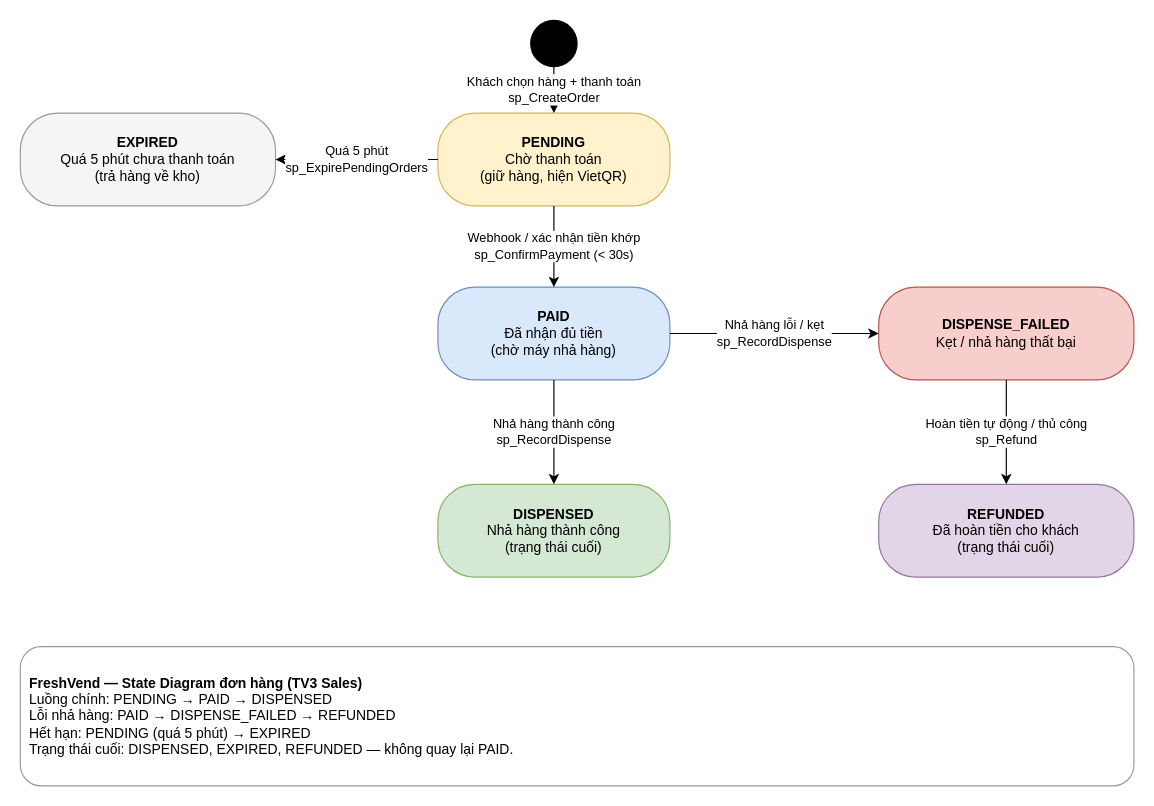
The draw.io diagram docs/State.drawio in PhuongHuyN/REPO_NH-M, before the edit. Source tidied: cells renumbered, new cells numbered last; positions are measured from the earlier drawing's top-left corner, leaving out a move shared by most shapes. Both pictures are drawn from the tidied source at 116%, with x=0, y=0 at pixel (20, 20).
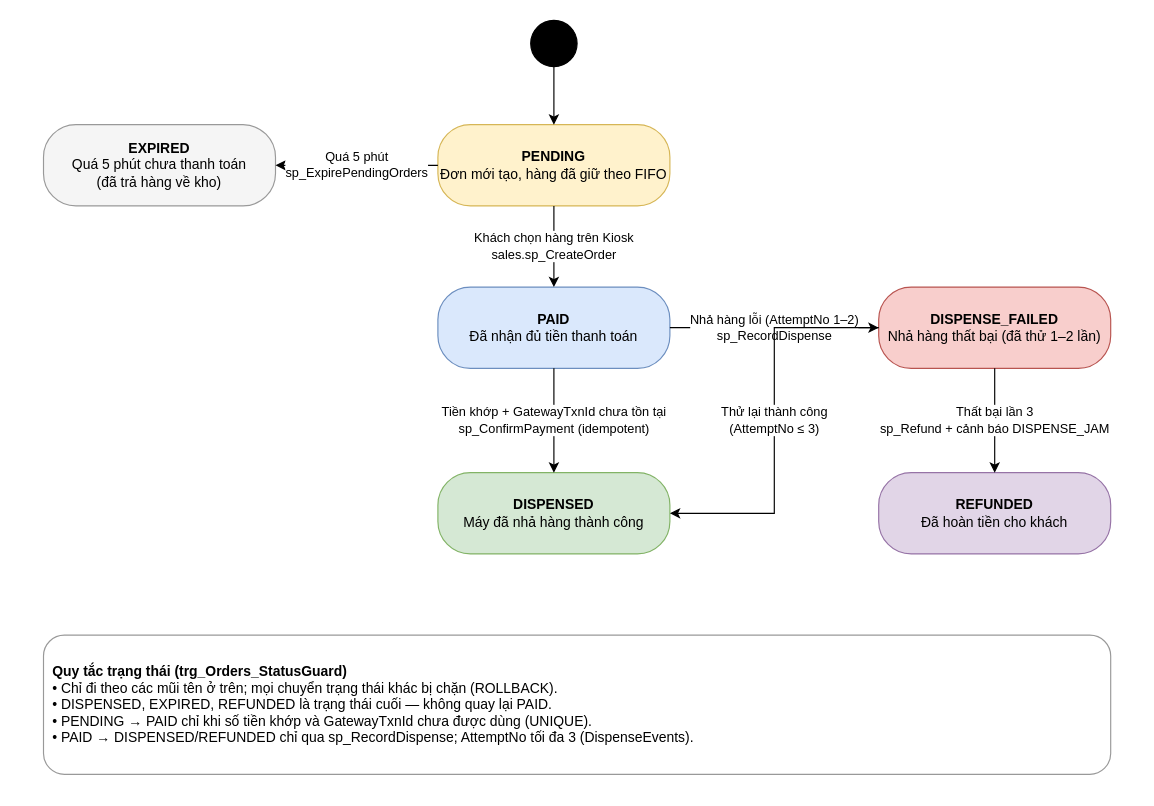
The same diagram, later.

Commit message:
upd state diagram va user story

Diff of the diagram source:
```diff
@@
 <mxGraphModel>
   <root>
     <mxCell id="0" />
     <mxCell id="1" parent="0" />
     <mxCell id="2" style="ellipse;whiteSpace=wrap;html=1;fillColor=#000000;strokeColor=#000000;" parent="1" vertex="1">
       <mxGeometry x="440" width="40" height="40" as="geometry" />
     </mxCell>
-    <mxCell id="3" value="&lt;b&gt;PENDING&lt;/b&gt;&lt;br&gt;Chờ thanh toán&lt;br&gt;(giữ hàng, hiện VietQR)" style="rounded=1;arcSize=40;whiteSpace=wrap;html=1;fillColor=#FFF2CC;strokeColor=#D6B656;" parent="1" vertex="1">
-      <mxGeometry x="360" y="80" width="200" height="80" as="geometry" />
+    <mxCell id="3" value="&lt;b&gt;PENDING&lt;/b&gt;&lt;br&gt;Đơn mới tạo, hàng đã giữ theo FIFO" style="rounded=1;arcSize=40;whiteSpace=wrap;html=1;fillColor=#FFF2CC;strokeColor=#D6B656;" parent="1" vertex="1">
+      <mxGeometry x="360" y="90" width="200" height="70" as="geometry" />
     </mxCell>
-    <mxCell id="4" value="&lt;b&gt;PAID&lt;/b&gt;&lt;br&gt;Đã nhận đủ tiền&lt;br&gt;(chờ máy nhả hàng)" style="rounded=1;arcSize=40;whiteSpace=wrap;html=1;fillColor=#DAE8FC;strokeColor=#6C8EBF;" parent="1" vertex="1">
-      <mxGeometry x="360" y="230" width="200" height="80" as="geometry" />
+    <mxCell id="4" value="&lt;b&gt;PAID&lt;/b&gt;&lt;br&gt;Đã nhận đủ tiền thanh toán" style="rounded=1;arcSize=40;whiteSpace=wrap;html=1;fillColor=#DAE8FC;strokeColor=#6C8EBF;" parent="1" vertex="1">
+      <mxGeometry x="360" y="230" width="200" height="70" as="geometry" />
     </mxCell>
-    <mxCell id="5" value="&lt;b&gt;DISPENSED&lt;/b&gt;&lt;br&gt;Nhả hàng thành công&lt;br&gt;(trạng thái cuối)" style="rounded=1;arcSize=40;whiteSpace=wrap;html=1;fillColor=#D5E8D4;strokeColor=#82B366;" parent="1" vertex="1">
-      <mxGeometry x="360" y="400" width="200" height="80" as="geometry" />
+    <mxCell id="5" value="&lt;b&gt;DISPENSED&lt;/b&gt;&lt;br&gt;Máy đã nhả hàng thành công" style="rounded=1;arcSize=40;whiteSpace=wrap;html=1;fillColor=#D5E8D4;strokeColor=#82B366;fontStyle=0;" parent="1" vertex="1">
+      <mxGeometry x="360" y="390" width="200" height="70" as="geometry" />
     </mxCell>
-    <mxCell id="6" value="&lt;b&gt;EXPIRED&lt;/b&gt;&lt;br&gt;Quá 5 phút chưa thanh toán&lt;br&gt;(trả hàng về kho)" style="rounded=1;arcSize=40;whiteSpace=wrap;html=1;fillColor=#F5F5F5;strokeColor=#999999;" parent="1" vertex="1">
-      <mxGeometry y="80" width="220" height="80" as="geometry" />
+    <mxCell id="6" value="&lt;b&gt;EXPIRED&lt;/b&gt;&lt;br&gt;Quá 5 phút chưa thanh toán&lt;br&gt;(đã trả hàng về kho)" style="rounded=1;arcSize=40;whiteSpace=wrap;html=1;fillColor=#F5F5F5;strokeColor=#999999;" parent="1" vertex="1">
+      <mxGeometry x="20" y="90" width="200" height="70" as="geometry" />
     </mxCell>
-    <mxCell id="7" value="&lt;b&gt;DISPENSE_FAILED&lt;/b&gt;&lt;br&gt;Kẹt / nhả hàng thất bại" style="rounded=1;arcSize=40;whiteSpace=wrap;html=1;fillColor=#F8CECC;strokeColor=#B85450;" parent="1" vertex="1">
-      <mxGeometry x="740" y="230" width="220" height="80" as="geometry" />
+    <mxCell id="7" value="&lt;b&gt;DISPENSE_FAILED&lt;/b&gt;&lt;br&gt;Nhả hàng thất bại (đã thử 1–2 lần)" style="rounded=1;arcSize=40;whiteSpace=wrap;html=1;fillColor=#F8CECC;strokeColor=#B85450;" parent="1" vertex="1">
+      <mxGeometry x="740" y="230" width="200" height="70" as="geometry" />
     </mxCell>
-    <mxCell id="8" value="&lt;b&gt;REFUNDED&lt;/b&gt;&lt;br&gt;Đã hoàn tiền cho khách&lt;br&gt;(trạng thái cuối)" style="rounded=1;arcSize=40;whiteSpace=wrap;html=1;fillColor=#E1D5E7;strokeColor=#9673A6;" parent="1" vertex="1">
-      <mxGeometry x="740" y="400" width="220" height="80" as="geometry" />
+    <mxCell id="8" value="&lt;b&gt;REFUNDED&lt;/b&gt;&lt;br&gt;Đã hoàn tiền cho khách" style="rounded=1;arcSize=40;whiteSpace=wrap;html=1;fillColor=#E1D5E7;strokeColor=#9673A6;" parent="1" vertex="1">
+      <mxGeometry x="740" y="390" width="200" height="70" as="geometry" />
     </mxCell>
-    <mxCell id="9" value="Khách chọn hàng + thanh toán&lt;br&gt;sp_CreateOrder" style="edgeStyle=orthogonalEdgeStyle;rounded=0;html=1;exitX=0.5;exitY=1;entryX=0.5;entryY=0;labelBackgroundColor=#FFFFFF;" parent="1" edge="1" source="2" target="3">
+    <mxCell id="9" style="edgeStyle=orthogonalEdgeStyle;rounded=0;html=1;exitX=0.5;exitY=1;entryX=0.5;entryY=0;" parent="1" edge="1" source="2" target="3">
       <mxGeometry relative="1" as="geometry" />
     </mxCell>
+    <mxCell id="16" value="Khách chọn hàng trên Kiosk&lt;br&gt;sales.sp_CreateOrder" style="edgeStyle=orthogonalEdgeStyle;rounded=0;html=1;exitX=0.5;exitY=1;entryX=0.5;entryY=0;labelBackgroundColor=#FFFFFF;" parent="1" edge="1" source="3" target="4">
+      <mxGeometry relative="1" as="geometry" />
+    </mxCell>
+    <mxCell id="11" value="Quá 5 phút&lt;br&gt;sp_ExpirePendingOrders" style="edgeStyle=orthogonalEdgeStyle;rounded=0;html=1;exitX=0;exitY=0.5;entryX=1;entryY=0.5;labelBackgroundColor=#FFFFFF;" parent="1" edge="1" source="3" target="6">
+      <mxGeometry relative="1" as="geometry" />
+    </mxCell>
-    <mxCell id="10" value="Webhook / xác nhận tiền khớp&lt;br&gt;sp_ConfirmPayment (&lt; 30s)" style="edgeStyle=orthogonalEdgeStyle;rounded=0;html=1;exitX=0.5;exitY=1;entryX=0.5;entryY=0;labelBackgroundColor=#FFFFFF;" parent="1" edge="1" source="3" target="4">
+    <mxCell id="10" value="Tiền khớp + GatewayTxnId chưa tồn tại&lt;br&gt;sp_ConfirmPayment (idempotent)" style="edgeStyle=orthogonalEdgeStyle;rounded=0;html=1;exitX=0.5;exitY=1;entryX=0.5;entryY=0;labelBackgroundColor=#FFFFFF;" parent="1" edge="1" source="4" target="5">
       <mxGeometry relative="1" as="geometry" />
     </mxCell>
-    <mxCell id="11" value="Quá 5 phút&lt;br&gt;sp_ExpirePendingOrders" style="edgeStyle=orthogonalEdgeStyle;rounded=0;html=1;exitX=0;exitY=0.5;entryX=1;entryY=0.5;labelBackgroundColor=#FFFFFF;" parent="1" edge="1" source="3" target="6">
-      <mxGeometry relative="1" as="geometry" />
-    </mxCell>
-    <mxCell id="12" value="Nhả hàng thành công&lt;br&gt;sp_RecordDispense" style="edgeStyle=orthogonalEdgeStyle;rounded=0;html=1;exitX=0.5;exitY=1;entryX=0.5;entryY=0;labelBackgroundColor=#FFFFFF;" parent="1" edge="1" source="4" target="5">
-      <mxGeometry relative="1" as="geometry" />
-    </mxCell>
-    <mxCell id="13" value="Nhả hàng lỗi / kẹt&lt;br&gt;sp_RecordDispense" style="edgeStyle=orthogonalEdgeStyle;rounded=0;html=1;exitX=1;exitY=0.5;entryX=0;entryY=0.5;labelBackgroundColor=#FFFFFF;" parent="1" edge="1" source="4" target="7">
+    <mxCell id="13" value="Nhả hàng lỗi (AttemptNo 1–2)&lt;br&gt;sp_RecordDispense" style="edgeStyle=orthogonalEdgeStyle;rounded=0;html=1;exitX=1;exitY=0.5;entryX=0;entryY=0.5;labelBackgroundColor=#FFFFFF;" parent="1" edge="1" source="4" target="7">
       <mxGeometry relative="1" as="geometry" />
     </mxCell>
+    <mxCell id="17" value="Thử lại thành công&lt;br&gt;(AttemptNo ≤ 3)" style="edgeStyle=orthogonalEdgeStyle;rounded=0;html=1;exitX=0;exitY=0.5;entryX=1;entryY=0.5;labelBackgroundColor=#FFFFFF;" parent="1" edge="1" source="7" target="5">
+      <mxGeometry relative="1" as="geometry" />
+    </mxCell>
-    <mxCell id="14" value="Hoàn tiền tự động / thủ công&lt;br&gt;sp_Refund" style="edgeStyle=orthogonalEdgeStyle;rounded=0;html=1;exitX=0.5;exitY=1;entryX=0.5;entryY=0;labelBackgroundColor=#FFFFFF;" parent="1" edge="1" source="7" target="8">
+    <mxCell id="14" value="Thất bại lần 3&lt;br&gt;sp_Refund + cảnh báo DISPENSE_JAM" style="edgeStyle=orthogonalEdgeStyle;rounded=0;html=1;exitX=0.5;exitY=1;entryX=0.5;entryY=0;labelBackgroundColor=#FFFFFF;" parent="1" edge="1" source="7" target="8">
       <mxGeometry relative="1" as="geometry" />
     </mxCell>
-    <mxCell id="15" value="&lt;b&gt;FreshVend — State Diagram đơn hàng (TV3 Sales)&lt;/b&gt;&lt;br&gt;Luồng chính: PENDING → PAID → DISPENSED&lt;br&gt;Lỗi nhả hàng: PAID → DISPENSE_FAILED → REFUNDED&lt;br&gt;Hết hạn: PENDING (quá 5 phút) → EXPIRED&lt;br&gt;Trạng thái cuối: DISPENSED, EXPIRED, REFUNDED — không quay lại PAID." style="rounded=1;whiteSpace=wrap;html=1;align=left;fillColor=#FFFFFF;strokeColor=#999999;spacing=8;" parent="1" vertex="1">
-      <mxGeometry y="540" width="960" height="120" as="geometry" />
+    <mxCell id="15" value="&lt;b&gt;Quy tắc trạng thái (trg_Orders_StatusGuard)&lt;/b&gt;&lt;br&gt;• Chỉ đi theo các mũi tên ở trên; mọi chuyển trạng thái khác bị chặn (ROLLBACK).&lt;br&gt;• DISPENSED, EXPIRED, REFUNDED là trạng thái cuối — không quay lại PAID.&lt;br&gt;• PENDING → PAID chỉ khi số tiền khớp và GatewayTxnId chưa được dùng (UNIQUE).&lt;br&gt;• PAID → DISPENSED/REFUNDED chỉ qua sp_RecordDispense; AttemptNo tối đa 3 (DispenseEvents)." style="rounded=1;whiteSpace=wrap;html=1;align=left;fillColor=#FFFFFF;strokeColor=#999999;spacing=8;" parent="1" vertex="1">
+      <mxGeometry x="20" y="530" width="920" height="120" as="geometry" />
     </mxCell>
   </root>
 </mxGraphModel>
```
